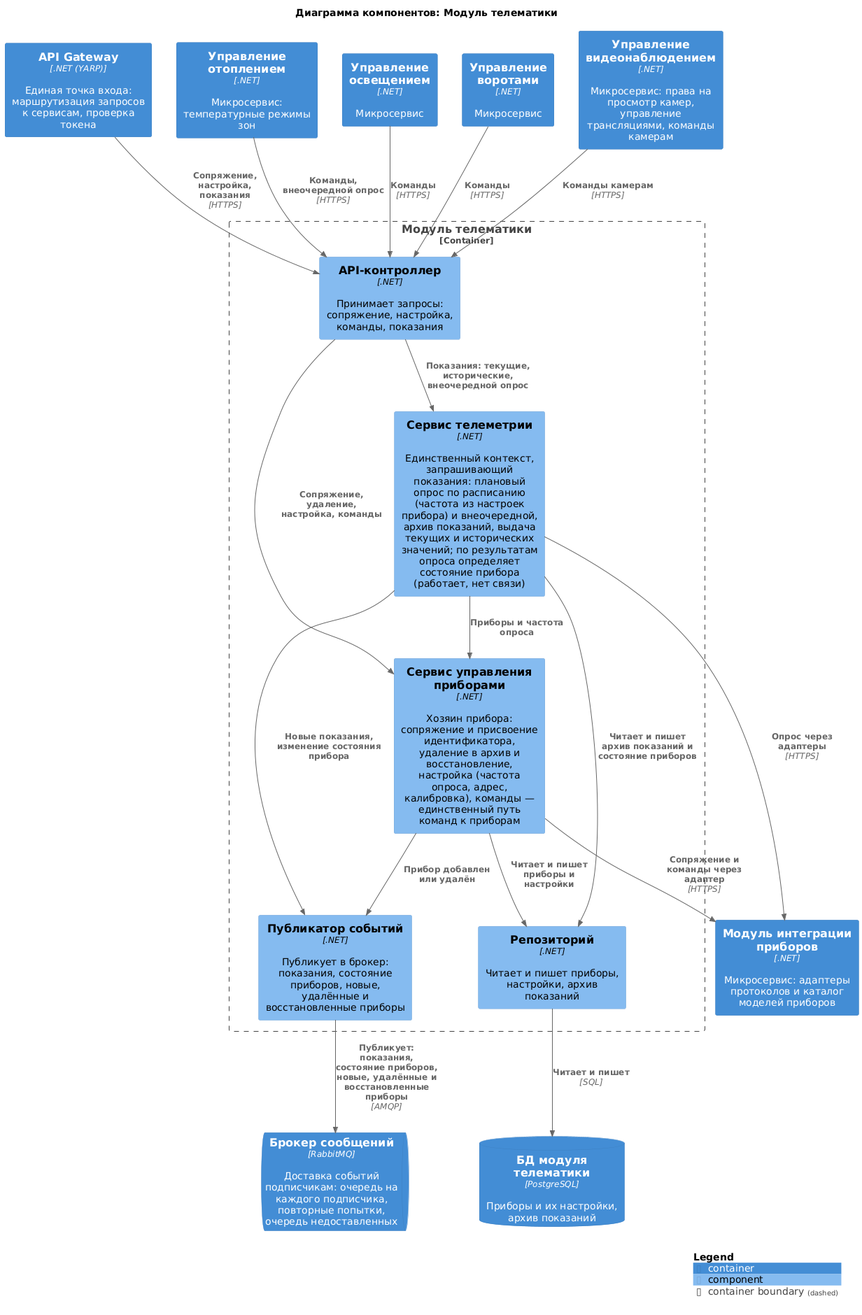
Before: diagrams/components/telematics.png, a diagram exported from PlantUML (Lyamin-av/architecture-warmhouse).
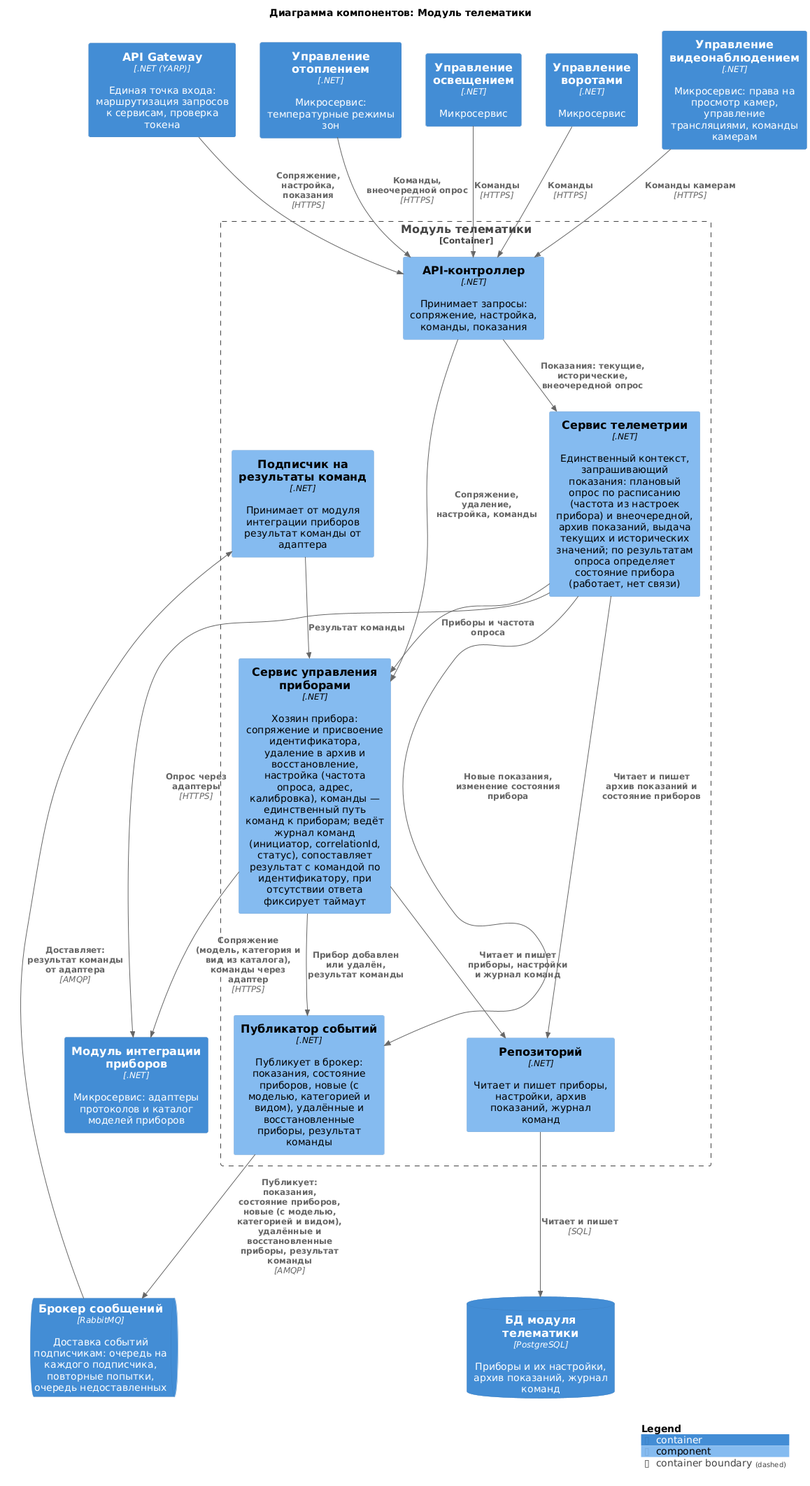
Later version of the same file.

Diff of the diagram source:
```diff
@@ -10,14 +10,15 @@
 Container(VideoControl, "Управление видеонаблюдением", ".NET", "Микросервис: права на просмотр камер, управление трансляциями, команды камерам")
 Container(DeviceIntegration, "Модуль интеграции приборов", ".NET", "Микросервис: адаптеры протоколов и каталог моделей приборов")
 ContainerQueue(Broker, "Брокер сообщений", "RabbitMQ", "Доставка событий подписчикам: очередь на каждого подписчика, повторные попытки, очередь недоставленных")
-ContainerDb(dbTelematics, "БД модуля телематики", "PostgreSQL", "Приборы и их настройки, архив показаний")
+ContainerDb(dbTelematics, "БД модуля телематики", "PostgreSQL", "Приборы и их настройки, архив показаний, журнал команд")
 
 Container_Boundary(Telematics, "Модуль телематики") {
     Component(api, "API-контроллер", ".NET", "Принимает запросы: сопряжение, настройка, команды, показания")
-    Component(devices, "Сервис управления приборами", ".NET", "Хозяин прибора: сопряжение и присвоение идентификатора, удаление в архив и восстановление, настройка (частота опроса, адрес, калибровка), команды — единственный путь команд к приборам")
+    Component(devices, "Сервис управления приборами", ".NET", "Хозяин прибора: сопряжение и присвоение идентификатора, удаление в архив и восстановление, настройка (частота опроса, адрес, калибровка), команды — единственный путь команд к приборам; ведёт журнал команд (инициатор, correlationId, статус), сопоставляет результат с командой по идентификатору, при отсутствии ответа фиксирует таймаут")
     Component(telemetry, "Сервис телеметрии", ".NET", "Единственный контекст, запрашивающий показания: плановый опрос по расписанию (частота из настроек прибора) и внеочередной, архив показаний, выдача текущих и исторических значений; по результатам опроса определяет состояние прибора (работает, нет связи)")
-    Component(publisher, "Публикатор событий", ".NET", "Публикует в брокер: показания, состояние приборов, новые, удалённые и восстановленные приборы")
-    Component(repo, "Репозиторий", ".NET", "Читает и пишет приборы, настройки, архив показаний")
+    Component(subscriber, "Подписчик на результаты команд", ".NET", "Принимает от модуля интеграции приборов результат команды от адаптера")
+    Component(publisher, "Публикатор событий", ".NET", "Публикует в брокер: показания, состояние приборов, новые (с моделью, категорией и видом), удалённые и восстановленные приборы, результат команды")
+    Component(repo, "Репозиторий", ".NET", "Читает и пишет приборы, настройки, архив показаний, журнал команд")
 }
 
 Rel(Gateway, api, "Сопряжение, настройка, показания", "HTTPS")
@@ -31,13 +32,15 @@
 
 Rel(telemetry, devices, "Приборы и частота опроса")
 Rel(telemetry, DeviceIntegration, "Опрос через адаптеры", "HTTPS")
-Rel(devices, DeviceIntegration, "Сопряжение и команды через адаптер", "HTTPS")
+Rel(devices, DeviceIntegration, "Сопряжение (модель, категория и вид из каталога), команды через адаптер", "HTTPS")
+Rel(Broker, subscriber, "Доставляет: результат команды от адаптера", "AMQP")
+Rel(subscriber, devices, "Результат команды")
 
 Rel(telemetry, publisher, "Новые показания, изменение состояния прибора")
-Rel(devices, publisher, "Прибор добавлен или удалён")
-Rel(publisher, Broker, "Публикует: показания, состояние приборов, новые, удалённые и восстановленные приборы", "AMQP")
+Rel(devices, publisher, "Прибор добавлен или удалён, результат команды")
+Rel(publisher, Broker, "Публикует: показания, состояние приборов, новые (с моделью, категорией и видом), удалённые и восстановленные приборы, результат команды", "AMQP")
 
-Rel(devices, repo, "Читает и пишет приборы и настройки")
+Rel(devices, repo, "Читает и пишет приборы, настройки и журнал команд")
 Rel(telemetry, repo, "Читает и пишет архив показаний и состояние приборов")
 Rel(repo, dbTelematics, "Читает и пишет", "SQL")
 
```
